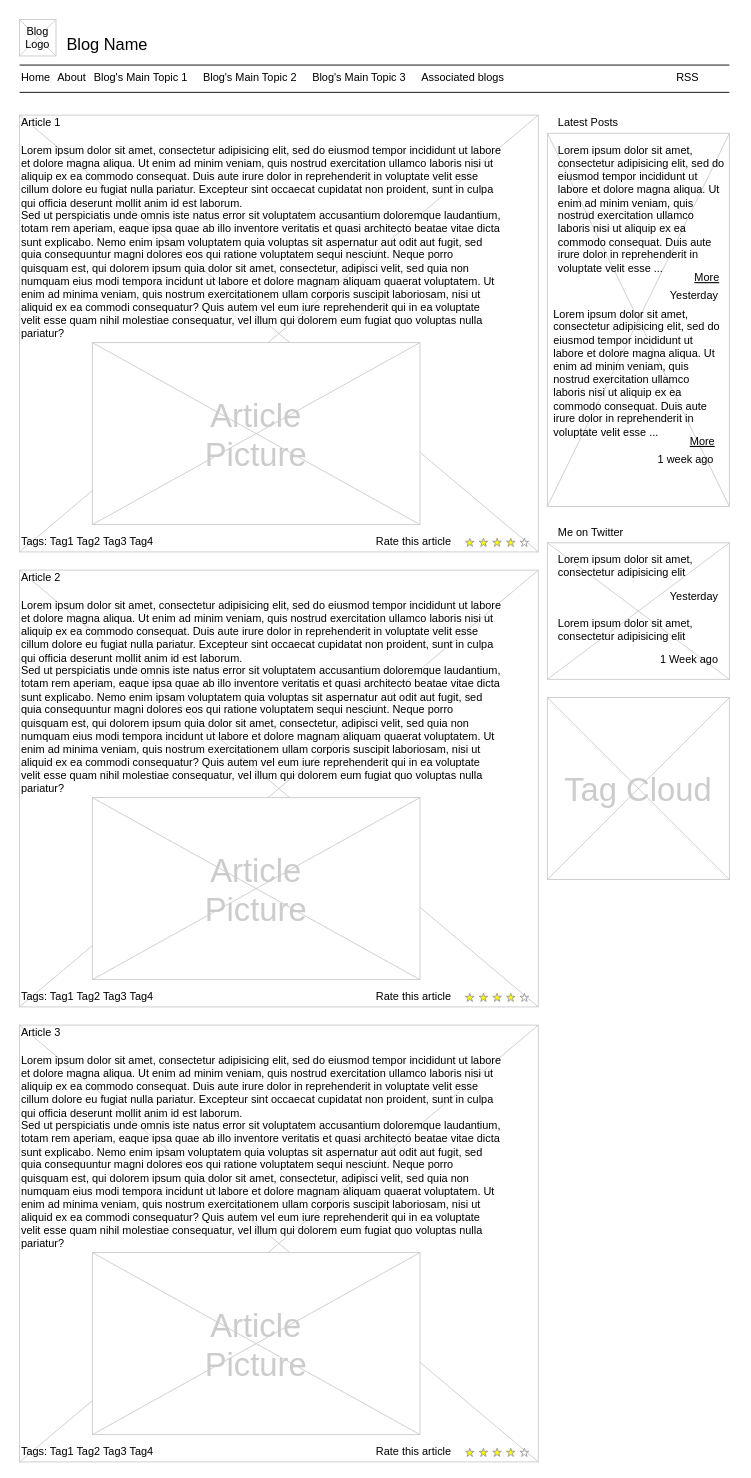
Earlier version of the draw.io diagram DAY25/nodejs-sequalize-markdown-blog/Untitled Diagram.drawio (siddhiiguptaa/100DaysofCode). Source tidied: cells renumbered, new cells numbered last; positions are measured from the earlier drawing's top-left corner, leaving out a move shared by most shapes. Both pictures are drawn from the tidied source at 91%, with x=0, y=0 at pixel (19, 19).
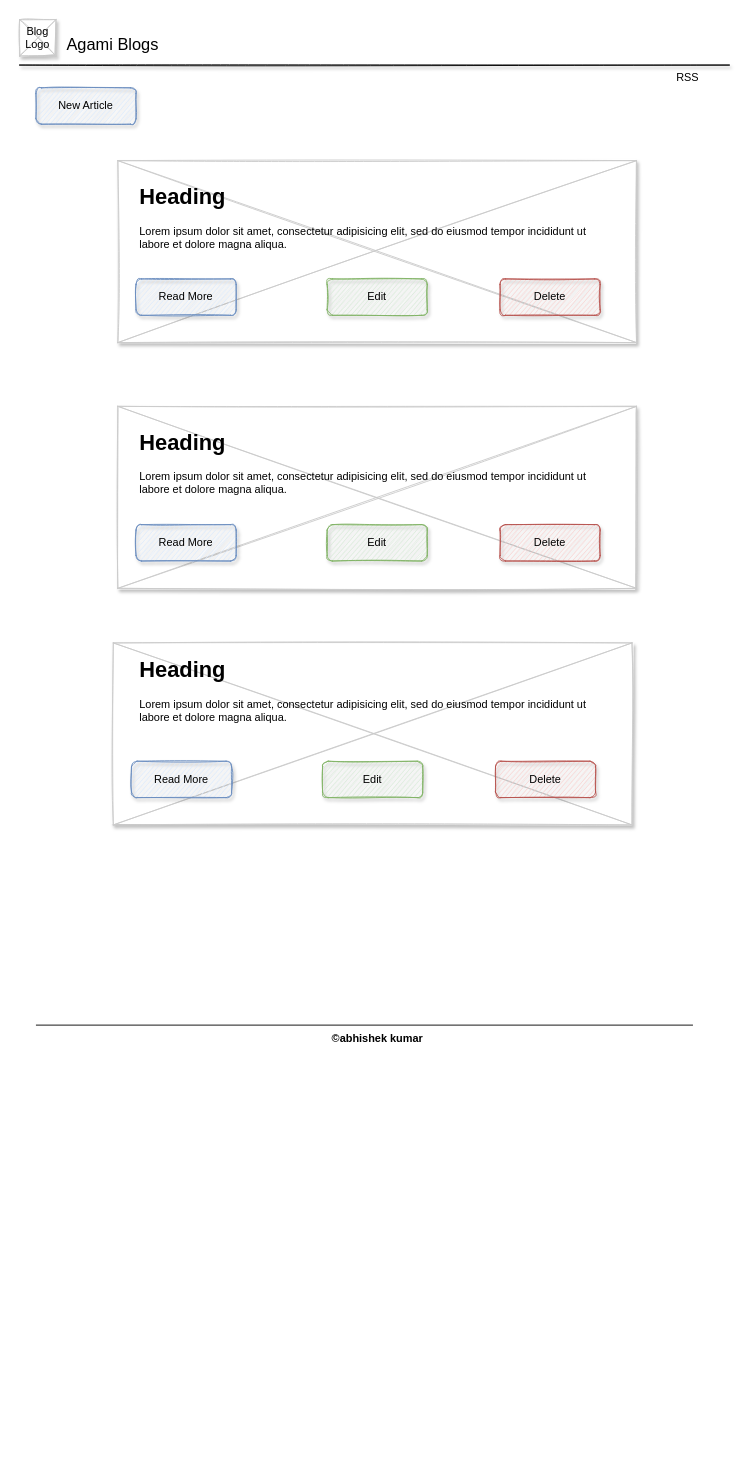
Above is the later version.

What changed in the source:
```diff
@@
-    <mxCell id="2" style="verticalLabelPosition=bottom;verticalAlign=top;strokeWidth=1;shape=mxgraph.mockup.graphics.iconGrid;strokeColor=#CCCCCC;gridSize=1,1;" parent="1" vertex="1">
-      <mxGeometry x="580" y="125" width="200" height="410" as="geometry" />
-    </mxCell>
-    <mxCell id="3" style="verticalLabelPosition=bottom;verticalAlign=top;strokeWidth=1;shape=mxgraph.mockup.graphics.iconGrid;strokeColor=#CCCCCC;gridSize=1,1;" parent="1" vertex="1">
-      <mxGeometry y="105" width="570" height="480" as="geometry" />
+    <mxCell id="3" style="verticalLabelPosition=bottom;verticalAlign=top;strokeWidth=1;shape=mxgraph.mockup.graphics.iconGrid;strokeColor=#CCCCCC;gridSize=1,1;sketch=1;shadow=1;" parent="1" vertex="1">
+      <mxGeometry x="108" y="155" width="570" height="200" as="geometry" />
     </mxCell>
-    <mxCell id="4" value="Blog Name" style="text;spacingTop=-5;fontSize=18;fontStyle=0;" parent="1" vertex="1">
+    <mxCell id="4" value="Agami Blogs" style="text;spacingTop=-5;fontSize=18;fontStyle=0;sketch=1;shadow=1;" parent="1" vertex="1">
       <mxGeometry x="50" y="15" width="230" height="20" as="geometry" />
     </mxCell>
-    <mxCell id="5" style="line;strokeWidth=1;" parent="1" vertex="1">
+    <mxCell id="5" style="line;strokeWidth=1;sketch=1;shadow=1;" parent="1" vertex="1">
       <mxGeometry y="45" width="780" height="10" as="geometry" />
     </mxCell>
-    <mxCell id="6" style="line;strokeWidth=1;" parent="1" vertex="1">
-      <mxGeometry y="75" width="780" height="10" as="geometry" />
-    </mxCell>
-    <mxCell id="7" value="Home" style="text;spacingTop=-5;" parent="1" vertex="1">
-      <mxGeometry y="55" width="30" height="20" as="geometry" />
-    </mxCell>
-    <mxCell id="8" value="About" style="text;spacingTop=-5;" parent="1" vertex="1">
-      <mxGeometry x="40" y="55" width="30" height="20" as="geometry" />
-    </mxCell>
-    <mxCell id="9" value="Associated blogs" style="text;spacingTop=-5;" parent="1" vertex="1">
-      <mxGeometry x="440" y="55" width="30" height="20" as="geometry" />
-    </mxCell>
-    <mxCell id="10" value="Article 1" style="text;spacingTop=-5;" parent="1" vertex="1">
-      <mxGeometry y="105" width="30" height="20" as="geometry" />
-    </mxCell>
-    <mxCell id="11" value="Lorem ipsum dolor sit amet, consectetur adipisicing elit, sed do eiusmod tempor incididunt ut labore et dolore magna aliqua. Ut enim ad minim veniam, quis nostrud exercitation ullamco laboris nisi ut aliquip ex ea commodo consequat. Duis aute irure dolor in reprehenderit in voluptate velit esse cillum dolore eu fugiat nulla pariatur. Excepteur sint occaecat cupidatat non proident, sunt in culpa qui officia deserunt mollit anim id est laborum.&#10;Sed ut perspiciatis unde omnis iste natus error sit voluptatem accusantium doloremque laudantium, totam rem aperiam, eaque ipsa quae ab illo inventore veritatis et quasi architecto beatae vitae dicta sunt explicabo. Nemo enim ipsam voluptatem quia voluptas sit aspernatur aut odit aut fugit, sed quia consequuntur magni dolores eos qui ratione voluptatem sequi nesciunt. Neque porro quisquam est, qui dolorem ipsum quia dolor sit amet, consectetur, adipisci velit, sed quia non numquam eius modi tempora incidunt ut labore et dolore magnam aliquam quaerat voluptatem. Ut enim ad minima veniam, quis nostrum exercitationem ullam corporis suscipit laboriosam, nisi ut aliquid ex ea commodi consequatur? Quis autem vel eum iure reprehenderit qui in ea voluptate velit esse quam nihil molestiae consequatur, vel illum qui dolorem eum fugiat quo voluptas nulla pariatur?" style="text;spacingTop=-5;whiteSpace=wrap;align=left;" parent="1" vertex="1">
-      <mxGeometry y="135" width="530" height="250" as="geometry" />
-    </mxCell>
-    <mxCell id="12" value="Latest Posts" style="text;spacingTop=-5;" parent="1" vertex="1">
-      <mxGeometry x="590" y="105" width="30" height="20" as="geometry" />
-    </mxCell>
-    <mxCell id="13" value="RSS" style="text;spacingTop=-5;" parent="1" vertex="1">
+    <mxCell id="13" value="RSS" style="text;spacingTop=-5;sketch=1;shadow=1;" parent="1" vertex="1">
       <mxGeometry x="720" y="55" width="30" height="20" as="geometry" />
     </mxCell>
-    <mxCell id="14" value="Lorem ipsum dolor sit amet, consectetur adipisicing elit, sed do eiusmod tempor incididunt ut labore et dolore magna aliqua. Ut enim ad minim veniam, quis nostrud exercitation ullamco laboris nisi ut aliquip ex ea commodo consequat. Duis aute irure dolor in reprehenderit in voluptate velit esse ..." style="text;spacingTop=-5;whiteSpace=wrap;align=left;" parent="1" vertex="1">
-      <mxGeometry x="590" y="135" width="190" height="140" as="geometry" />
-    </mxCell>
-    <mxCell id="15" value="More" style="text;spacingTop=-5;fontStyle=4;" parent="1" vertex="1">
-      <mxGeometry x="740" y="275" width="30" height="20" as="geometry" />
-    </mxCell>
-    <mxCell id="16" value="Yesterday" style="text;spacingTop=-5;fontStyle=0;align=right;" parent="1" vertex="1">
-      <mxGeometry x="740" y="295" width="30" height="20" as="geometry" />
-    </mxCell>
-    <mxCell id="17" value="Lorem ipsum dolor sit amet, consectetur adipisicing elit, sed do eiusmod tempor incididunt ut labore et dolore magna aliqua. Ut enim ad minim veniam, quis nostrud exercitation ullamco laboris nisi ut aliquip ex ea commodo consequat. Duis aute irure dolor in reprehenderit in voluptate velit esse ..." style="text;spacingTop=-5;whiteSpace=wrap;align=left;" parent="1" vertex="1">
-      <mxGeometry x="585" y="315" width="190" height="140" as="geometry" />
-    </mxCell>
-    <mxCell id="18" value="More" style="text;spacingTop=-5;fontStyle=4;" parent="1" vertex="1">
-      <mxGeometry x="735" y="455" width="30" height="20" as="geometry" />
-    </mxCell>
-    <mxCell id="19" value="1 week ago" style="text;spacingTop=-5;fontStyle=0;align=right;" parent="1" vertex="1">
-      <mxGeometry x="735" y="475" width="30" height="20" as="geometry" />
-    </mxCell>
-    <mxCell id="20" style="verticalLabelPosition=bottom;verticalAlign=top;strokeWidth=1;shape=mxgraph.mockup.graphics.iconGrid;strokeColor=#CCCCCC;gridSize=1,1;" parent="1" vertex="1">
+    <mxCell id="20" style="verticalLabelPosition=bottom;verticalAlign=top;strokeWidth=1;shape=mxgraph.mockup.graphics.iconGrid;strokeColor=#CCCCCC;gridSize=1,1;sketch=1;shadow=1;" parent="1" vertex="1">
       <mxGeometry width="40" height="40" as="geometry" />
     </mxCell>
-    <mxCell id="21" value="Blog &#10;Logo" style="text;spacingTop=-5;align=center;" parent="1" vertex="1">
+    <mxCell id="21" value="Blog &#10;Logo" style="text;spacingTop=-5;align=center;sketch=1;shadow=1;" parent="1" vertex="1">
       <mxGeometry y="5" width="40" height="40" as="geometry" />
     </mxCell>
-    <mxCell id="22" value="Blog's Main Topic 1" style="text;spacingTop=-5;" parent="1" vertex="1">
-      <mxGeometry x="80" y="55" width="30" height="20" as="geometry" />
-    </mxCell>
-    <mxCell id="23" value="Blog's Main Topic 2" style="text;spacingTop=-5;" parent="1" vertex="1">
-      <mxGeometry x="200" y="55" width="30" height="20" as="geometry" />
-    </mxCell>
-    <mxCell id="24" value="Blog's Main Topic 3" style="text;spacingTop=-5;" parent="1" vertex="1">
-      <mxGeometry x="320" y="55" width="30" height="20" as="geometry" />
-    </mxCell>
-    <mxCell id="25" style="verticalLabelPosition=bottom;verticalAlign=top;strokeWidth=1;shape=mxgraph.mockup.graphics.iconGrid;strokeColor=#CCCCCC;gridSize=1,1;" parent="1" vertex="1">
-      <mxGeometry x="80" y="355" width="360" height="200" as="geometry" />
-    </mxCell>
-    <mxCell id="26" value="Article&#10;Picture" style="text;spacingTop=-5;align=center;verticalAlign=middle;fontSize=36;fontColor=#CCCCCC;" parent="1" vertex="1">
-      <mxGeometry x="80" y="355" width="360" height="200" as="geometry" />
-    </mxCell>
-    <mxCell id="27" style="verticalLabelPosition=bottom;verticalAlign=top;strokeWidth=1;shape=mxgraph.mockup.graphics.iconGrid;strokeColor=#CCCCCC;gridSize=1,1;" parent="1" vertex="1">
-      <mxGeometry y="605" width="570" height="480" as="geometry" />
-    </mxCell>
-    <mxCell id="28" value="Article 2" style="text;spacingTop=-5;" parent="1" vertex="1">
-      <mxGeometry y="605" width="30" height="20" as="geometry" />
-    </mxCell>
-    <mxCell id="29" value="Lorem ipsum dolor sit amet, consectetur adipisicing elit, sed do eiusmod tempor incididunt ut labore et dolore magna aliqua. Ut enim ad minim veniam, quis nostrud exercitation ullamco laboris nisi ut aliquip ex ea commodo consequat. Duis aute irure dolor in reprehenderit in voluptate velit esse cillum dolore eu fugiat nulla pariatur. Excepteur sint occaecat cupidatat non proident, sunt in culpa qui officia deserunt mollit anim id est laborum.&#10;Sed ut perspiciatis unde omnis iste natus error sit voluptatem accusantium doloremque laudantium, totam rem aperiam, eaque ipsa quae ab illo inventore veritatis et quasi architecto beatae vitae dicta sunt explicabo. Nemo enim ipsam voluptatem quia voluptas sit aspernatur aut odit aut fugit, sed quia consequuntur magni dolores eos qui ratione voluptatem sequi nesciunt. Neque porro quisquam est, qui dolorem ipsum quia dolor sit amet, consectetur, adipisci velit, sed quia non numquam eius modi tempora incidunt ut labore et dolore magnam aliquam quaerat voluptatem. Ut enim ad minima veniam, quis nostrum exercitationem ullam corporis suscipit laboriosam, nisi ut aliquid ex ea commodi consequatur? Quis autem vel eum iure reprehenderit qui in ea voluptate velit esse quam nihil molestiae consequatur, vel illum qui dolorem eum fugiat quo voluptas nulla pariatur?" style="text;spacingTop=-5;whiteSpace=wrap;align=left;" parent="1" vertex="1">
-      <mxGeometry y="635" width="530" height="250" as="geometry" />
-    </mxCell>
-    <mxCell id="30" style="verticalLabelPosition=bottom;verticalAlign=top;strokeWidth=1;shape=mxgraph.mockup.graphics.iconGrid;strokeColor=#CCCCCC;gridSize=1,1;" parent="1" vertex="1">
-      <mxGeometry x="80" y="855" width="360" height="200" as="geometry" />
-    </mxCell>
-    <mxCell id="31" value="Article&#10;Picture" style="text;spacingTop=-5;align=center;verticalAlign=middle;fontSize=36;fontColor=#CCCCCC;" parent="1" vertex="1">
-      <mxGeometry x="80" y="855" width="360" height="200" as="geometry" />
-    </mxCell>
-    <mxCell id="32" style="verticalLabelPosition=bottom;verticalAlign=top;strokeWidth=1;shape=mxgraph.mockup.graphics.iconGrid;strokeColor=#CCCCCC;gridSize=1,1;" parent="1" vertex="1">
-      <mxGeometry y="1105" width="570" height="480" as="geometry" />
-    </mxCell>
-    <mxCell id="33" value="Article 3" style="text;spacingTop=-5;" parent="1" vertex="1">
-      <mxGeometry y="1105" width="30" height="20" as="geometry" />
-    </mxCell>
-    <mxCell id="34" value="Lorem ipsum dolor sit amet, consectetur adipisicing elit, sed do eiusmod tempor incididunt ut labore et dolore magna aliqua. Ut enim ad minim veniam, quis nostrud exercitation ullamco laboris nisi ut aliquip ex ea commodo consequat. Duis aute irure dolor in reprehenderit in voluptate velit esse cillum dolore eu fugiat nulla pariatur. Excepteur sint occaecat cupidatat non proident, sunt in culpa qui officia deserunt mollit anim id est laborum.&#10;Sed ut perspiciatis unde omnis iste natus error sit voluptatem accusantium doloremque laudantium, totam rem aperiam, eaque ipsa quae ab illo inventore veritatis et quasi architecto beatae vitae dicta sunt explicabo. Nemo enim ipsam voluptatem quia voluptas sit aspernatur aut odit aut fugit, sed quia consequuntur magni dolores eos qui ratione voluptatem sequi nesciunt. Neque porro quisquam est, qui dolorem ipsum quia dolor sit amet, consectetur, adipisci velit, sed quia non numquam eius modi tempora incidunt ut labore et dolore magnam aliquam quaerat voluptatem. Ut enim ad minima veniam, quis nostrum exercitationem ullam corporis suscipit laboriosam, nisi ut aliquid ex ea commodi consequatur? Quis autem vel eum iure reprehenderit qui in ea voluptate velit esse quam nihil molestiae consequatur, vel illum qui dolorem eum fugiat quo voluptas nulla pariatur?" style="text;spacingTop=-5;whiteSpace=wrap;align=left;" parent="1" vertex="1">
-      <mxGeometry y="1135" width="530" height="250" as="geometry" />
-    </mxCell>
-    <mxCell id="35" style="verticalLabelPosition=bottom;verticalAlign=top;strokeWidth=1;shape=mxgraph.mockup.graphics.iconGrid;strokeColor=#CCCCCC;gridSize=1,1;" parent="1" vertex="1">
-      <mxGeometry x="80" y="1355" width="360" height="200" as="geometry" />
-    </mxCell>
-    <mxCell id="36" value="Article&#10;Picture" style="text;spacingTop=-5;align=center;verticalAlign=middle;fontSize=36;fontColor=#CCCCCC;" parent="1" vertex="1">
-      <mxGeometry x="80" y="1355" width="360" height="200" as="geometry" />
-    </mxCell>
-    <mxCell id="37" style="verticalLabelPosition=bottom;verticalAlign=top;strokeWidth=1;shape=mxgraph.mockup.misc.rating;strokeColor=#999999;fillColor=#ffff00;emptyFillColor=#ffffff;grade=4;ratingScale=5;ratingStyle=star;" parent="1" vertex="1">
-      <mxGeometry x="490" y="570" width="77.5" height="10" as="geometry" />
-    </mxCell>
-    <mxCell id="38" value="Rate this article" style="text;spacingTop=-5;" parent="1" vertex="1">
-      <mxGeometry x="390" y="565" width="30" height="20" as="geometry" />
-    </mxCell>
-    <mxCell id="39" style="verticalLabelPosition=bottom;verticalAlign=top;strokeWidth=1;shape=mxgraph.mockup.misc.rating;strokeColor=#999999;fillColor=#ffff00;emptyFillColor=#ffffff;grade=4;ratingScale=5;ratingStyle=star;" parent="1" vertex="1">
-      <mxGeometry x="490" y="1070" width="77.5" height="10" as="geometry" />
-    </mxCell>
-    <mxCell id="40" value="Rate this article" style="text;spacingTop=-5;" parent="1" vertex="1">
-      <mxGeometry x="390" y="1065" width="30" height="20" as="geometry" />
-    </mxCell>
-    <mxCell id="41" style="verticalLabelPosition=bottom;verticalAlign=top;strokeWidth=1;shape=mxgraph.mockup.misc.rating;strokeColor=#999999;fillColor=#ffff00;emptyFillColor=#ffffff;grade=4;ratingScale=5;ratingStyle=star;" parent="1" vertex="1">
-      <mxGeometry x="490" y="1570" width="77.5" height="10" as="geometry" />
-    </mxCell>
-    <mxCell id="42" value="Rate this article" style="text;spacingTop=-5;" parent="1" vertex="1">
-      <mxGeometry x="390" y="1565" width="30" height="20" as="geometry" />
-    </mxCell>
-    <mxCell id="43" value="Tags: Tag1 Tag2 Tag3 Tag4" style="text;spacingTop=-5;" parent="1" vertex="1">
-      <mxGeometry y="565" width="210" height="20" as="geometry" />
-    </mxCell>
-    <mxCell id="44" value="Tags: Tag1 Tag2 Tag3 Tag4" style="text;spacingTop=-5;" parent="1" vertex="1">
-      <mxGeometry y="1065" width="210" height="20" as="geometry" />
-    </mxCell>
-    <mxCell id="45" value="Tags: Tag1 Tag2 Tag3 Tag4" style="text;spacingTop=-5;" parent="1" vertex="1">
-      <mxGeometry y="1565" width="210" height="20" as="geometry" />
-    </mxCell>
-    <mxCell id="46" style="verticalLabelPosition=bottom;verticalAlign=top;strokeWidth=1;shape=mxgraph.mockup.graphics.iconGrid;strokeColor=#CCCCCC;gridSize=1,1;" parent="1" vertex="1">
-      <mxGeometry x="580" y="575" width="200" height="150" as="geometry" />
-    </mxCell>
-    <mxCell id="47" value="Me on Twitter" style="text;spacingTop=-5;" parent="1" vertex="1">
-      <mxGeometry x="590" y="555" width="30" height="20" as="geometry" />
-    </mxCell>
-    <mxCell id="48" value="Lorem ipsum dolor sit amet, consectetur adipisicing elit" style="text;spacingTop=-5;whiteSpace=wrap;align=left;" parent="1" vertex="1">
-      <mxGeometry x="590" y="585" width="190" height="40" as="geometry" />
-    </mxCell>
-    <mxCell id="49" value="Yesterday" style="text;spacingTop=-5;fontStyle=0;align=right;" parent="1" vertex="1">
-      <mxGeometry x="740" y="625" width="30" height="20" as="geometry" />
-    </mxCell>
-    <mxCell id="50" style="verticalLabelPosition=bottom;verticalAlign=top;strokeWidth=1;shape=mxgraph.mockup.graphics.iconGrid;strokeColor=#CCCCCC;gridSize=1,1;" parent="1" vertex="1">
-      <mxGeometry x="580" y="745" width="200" height="200" as="geometry" />
-    </mxCell>
-    <mxCell id="51" value="Tag Cloud" style="text;spacingTop=-5;align=center;verticalAlign=middle;fontSize=36;fontColor=#CCCCCC;" parent="1" vertex="1">
-      <mxGeometry x="580" y="745" width="200" height="200" as="geometry" />
-    </mxCell>
-    <mxCell id="52" value="Lorem ipsum dolor sit amet, consectetur adipisicing elit" style="text;spacingTop=-5;whiteSpace=wrap;align=left;" parent="1" vertex="1">
-      <mxGeometry x="590" y="655" width="190" height="40" as="geometry" />
-    </mxCell>
-    <mxCell id="53" value="1 Week ago" style="text;spacingTop=-5;fontStyle=0;align=right;" parent="1" vertex="1">
-      <mxGeometry x="740" y="695" width="30" height="20" as="geometry" />
-    </mxCell>
+    <mxCell id="54" value="Read More" style="rounded=1;whiteSpace=wrap;html=1;fillColor=#dae8fc;strokeColor=#6c8ebf;sketch=1;shadow=1;" parent="1" vertex="1">
+      <mxGeometry x="128" y="285" width="110" height="40" as="geometry" />
+    </mxCell>
+    <mxCell id="55" value="Edit" style="rounded=1;whiteSpace=wrap;html=1;fillColor=#d5e8d4;strokeColor=#82b366;sketch=1;shadow=1;" parent="1" vertex="1">
+      <mxGeometry x="338" y="285" width="110" height="40" as="geometry" />
+    </mxCell>
+    <mxCell id="56" value="Delete" style="rounded=1;whiteSpace=wrap;html=1;fillColor=#f8cecc;strokeColor=#b85450;sketch=1;shadow=1;" parent="1" vertex="1">
+      <mxGeometry x="528" y="285" width="110" height="40" as="geometry" />
+    </mxCell>
+    <mxCell id="57" value="New Article" style="rounded=1;whiteSpace=wrap;html=1;fillColor=#dae8fc;strokeColor=#6c8ebf;sketch=1;shadow=1;" parent="1" vertex="1">
+      <mxGeometry x="18" y="75" width="110" height="40" as="geometry" />
+    </mxCell>
+    <mxCell id="58" style="verticalLabelPosition=bottom;verticalAlign=top;strokeWidth=1;shape=mxgraph.mockup.graphics.iconGrid;strokeColor=#CCCCCC;gridSize=1,1;sketch=1;shadow=1;" parent="1" vertex="1">
+      <mxGeometry x="108" y="425" width="570" height="200" as="geometry" />
+    </mxCell>
+    <mxCell id="59" value="Read More" style="rounded=1;whiteSpace=wrap;html=1;fillColor=#dae8fc;strokeColor=#6c8ebf;sketch=1;shadow=1;" parent="1" vertex="1">
+      <mxGeometry x="128" y="555" width="110" height="40" as="geometry" />
+    </mxCell>
+    <mxCell id="60" value="Edit" style="rounded=1;whiteSpace=wrap;html=1;fillColor=#d5e8d4;strokeColor=#82b366;sketch=1;shadow=1;" parent="1" vertex="1">
+      <mxGeometry x="338" y="555" width="110" height="40" as="geometry" />
+    </mxCell>
+    <mxCell id="61" value="Delete" style="rounded=1;whiteSpace=wrap;html=1;fillColor=#f8cecc;strokeColor=#b85450;sketch=1;shadow=1;" parent="1" vertex="1">
+      <mxGeometry x="528" y="555" width="110" height="40" as="geometry" />
+    </mxCell>
+    <mxCell id="62" style="verticalLabelPosition=bottom;verticalAlign=top;strokeWidth=1;shape=mxgraph.mockup.graphics.iconGrid;strokeColor=#CCCCCC;gridSize=1,1;sketch=1;shadow=1;" parent="1" vertex="1">
+      <mxGeometry x="103" y="685" width="570" height="200" as="geometry" />
+    </mxCell>
+    <mxCell id="63" value="Read More" style="rounded=1;whiteSpace=wrap;html=1;fillColor=#dae8fc;strokeColor=#6c8ebf;sketch=1;shadow=1;" parent="1" vertex="1">
+      <mxGeometry x="123" y="815" width="110" height="40" as="geometry" />
+    </mxCell>
+    <mxCell id="64" value="Edit" style="rounded=1;whiteSpace=wrap;html=1;fillColor=#d5e8d4;strokeColor=#82b366;sketch=1;shadow=1;" parent="1" vertex="1">
+      <mxGeometry x="333" y="815" width="110" height="40" as="geometry" />
+    </mxCell>
+    <mxCell id="65" value="Delete" style="rounded=1;whiteSpace=wrap;html=1;fillColor=#f8cecc;strokeColor=#b85450;sketch=1;shadow=1;" parent="1" vertex="1">
+      <mxGeometry x="523" y="815" width="110" height="40" as="geometry" />
+    </mxCell>
+    <mxCell id="66" value="&lt;h1&gt;Heading&lt;/h1&gt;&lt;p&gt;Lorem ipsum dolor sit amet, consectetur adipisicing elit, sed do eiusmod tempor incididunt ut labore et dolore magna aliqua.&lt;/p&gt;" style="text;html=1;strokeColor=none;fillColor=none;spacing=5;spacingTop=-20;whiteSpace=wrap;overflow=hidden;rounded=0;shadow=1;sketch=1;" parent="1" vertex="1">
+      <mxGeometry x="127" y="445" width="532" height="100" as="geometry" />
+    </mxCell>
+    <mxCell id="67" value="&lt;h1&gt;Heading&lt;/h1&gt;&lt;p&gt;Lorem ipsum dolor sit amet, consectetur adipisicing elit, sed do eiusmod tempor incididunt ut labore et dolore magna aliqua.&lt;/p&gt;" style="text;html=1;strokeColor=none;fillColor=none;spacing=5;spacingTop=-20;whiteSpace=wrap;overflow=hidden;rounded=0;shadow=1;sketch=1;" parent="1" vertex="1">
+      <mxGeometry x="127" y="175" width="532" height="100" as="geometry" />
+    </mxCell>
+    <mxCell id="68" value="&lt;h1&gt;Heading&lt;/h1&gt;&lt;p&gt;Lorem ipsum dolor sit amet, consectetur adipisicing elit, sed do eiusmod tempor incididunt ut labore et dolore magna aliqua.&lt;/p&gt;" style="text;html=1;strokeColor=none;fillColor=none;spacing=5;spacingTop=-20;whiteSpace=wrap;overflow=hidden;rounded=0;shadow=1;sketch=1;" parent="1" vertex="1">
+      <mxGeometry x="127" y="695" width="532" height="100" as="geometry" />
+    </mxCell>
+    <mxCell id="69" style="endArrow=none;html=1;rounded=0;" parent="1" edge="1">
+      <mxGeometry relative="1" as="geometry">
+        <mxPoint x="18" y="1105" as="sourcePoint" />
+        <mxPoint x="740" y="1105" as="targetPoint" />
+      </mxGeometry>
+    </mxCell>
+    <mxCell id="70" value="©abhishek kumar" style="text;html=1;strokeColor=none;fillColor=none;align=center;verticalAlign=middle;whiteSpace=wrap;rounded=0;shadow=1;sketch=1;fontStyle=1;" parent="1" vertex="1">
+      <mxGeometry x="335" y="1105" width="117" height="30" as="geometry" />
+    </mxCell>
```
